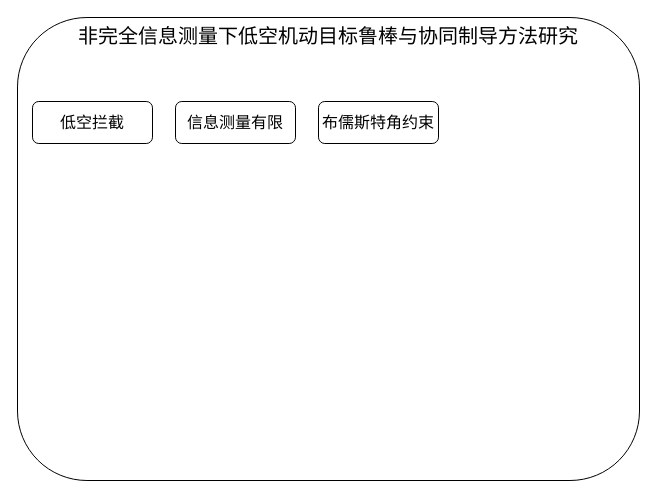
Above: 大论文框架.drawio in master-fency/plot (draw.io), before the change. Source tidied: cells renumbered, new cells numbered last; positions are measured from the earlier drawing's top-left corner, leaving out a move shared by most shapes. Both pictures are drawn from the tidied source at 100%, with x=0, y=0 at pixel (17, 17).
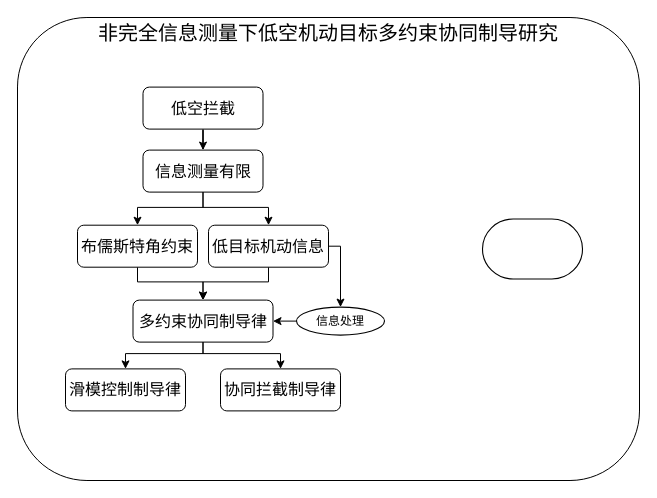
The same diagram, later.

Commit message (it also covers changes not shown here):
更新大论文框架.drawio

What changed in the source:
```diff
@@
-    <mxCell id="2" value="&lt;span style=&quot;font-family: &amp;quot;Times New Roman&amp;quot;; font-size: 20px;&quot;&gt;非完全信息测量下低空机动目标鲁棒与协同制导方法研究&lt;/span&gt;" style="rounded=1;whiteSpace=wrap;html=1;roundedPerimeter=1;verticalAlign=top;" parent="1" vertex="1">
+    <mxCell id="2" value="&lt;span style=&quot;line-height: 150%;&quot;&gt;&lt;font style=&quot;font-size: 20px;&quot; face=&quot;Times New Roman&quot;&gt;非完全信息测量下低空机动目标多约束协同制导研究&lt;/font&gt;&lt;/span&gt;" style="rounded=1;whiteSpace=wrap;html=1;roundedPerimeter=1;verticalAlign=top;" parent="1" vertex="1">
       <mxGeometry width="622" height="463" as="geometry" />
     </mxCell>
+    <mxCell id="6" style="edgeStyle=orthogonalEdgeStyle;rounded=0;jettySize=auto;html=1;exitX=0.5;exitY=1;exitDx=0;exitDy=0;fontFamily=Helvetica;fontSize=12;fontColor=default;" parent="1" edge="1" source="3" target="4">
+      <mxGeometry relative="1" as="geometry" />
+    </mxCell>
     <mxCell id="3" value="&lt;font style=&quot;font-size: 16px;&quot;&gt;低空拦截&lt;/font&gt;" style="rounded=1;whiteSpace=wrap;html=1;roundedPerimeter=1;fontFamily=Times New Roman;" parent="1" vertex="1">
-      <mxGeometry x="15" y="84" width="120" height="42" as="geometry" />
+      <mxGeometry x="125.5" y="69.6" width="120" height="42" as="geometry" />
     </mxCell>
+    <mxCell id="7" style="edgeStyle=orthogonalEdgeStyle;rounded=0;jettySize=auto;html=1;exitX=0.5;exitY=1;exitDx=0;exitDy=0;entryX=0.5;entryY=0;entryDx=0;entryDy=0;fontFamily=Helvetica;fontSize=12;fontColor=default;" parent="1" edge="1" source="4" target="5">
+      <mxGeometry relative="1" as="geometry">
+        <Array as="points">
+          <mxPoint x="185.5" y="189.9" />
+          <mxPoint x="120" y="189.9" />
+        </Array>
+      </mxGeometry>
+    </mxCell>
+    <mxCell id="8" style="edgeStyle=orthogonalEdgeStyle;rounded=0;jettySize=auto;html=1;exitX=0.5;exitY=1;exitDx=0;exitDy=0;entryX=0.5;entryY=0;entryDx=0;entryDy=0;fontFamily=Helvetica;fontSize=12;fontColor=default;" parent="1" edge="1" source="4" target="16">
+      <mxGeometry relative="1" as="geometry">
+        <Array as="points">
+          <mxPoint x="185.5" y="189.9" />
+          <mxPoint x="251" y="189.9" />
+        </Array>
+      </mxGeometry>
+    </mxCell>
     <mxCell id="4" value="&lt;font style=&quot;font-size: 16px;&quot;&gt;信息测量有限&lt;/font&gt;" style="rounded=1;whiteSpace=wrap;html=1;roundedPerimeter=1;fontFamily=Times New Roman;" parent="1" vertex="1">
-      <mxGeometry x="158" y="84" width="120" height="42" as="geometry" />
+      <mxGeometry x="125.5" y="132.6" width="120" height="42" as="geometry" />
     </mxCell>
+    <mxCell id="9" style="edgeStyle=orthogonalEdgeStyle;rounded=0;jettySize=auto;html=1;exitX=0.5;exitY=1;exitDx=0;exitDy=0;entryX=0.5;entryY=0;entryDx=0;entryDy=0;fontFamily=Helvetica;fontSize=12;fontColor=default;" parent="1" edge="1" source="5" target="12">
+      <mxGeometry relative="1" as="geometry">
+        <Array as="points">
+          <mxPoint x="120" y="264.4" />
+          <mxPoint x="185.5" y="264.4" />
+        </Array>
+      </mxGeometry>
+    </mxCell>
     <mxCell id="5" value="&lt;div&gt;&lt;font style=&quot;font-size: 16px;&quot;&gt;布儒斯特角约束&lt;/font&gt;&lt;/div&gt;" style="rounded=1;whiteSpace=wrap;html=1;roundedPerimeter=1;fontFamily=Times New Roman;" parent="1" vertex="1">
-      <mxGeometry x="301" y="84" width="120" height="42" as="geometry" />
+      <mxGeometry x="60" y="207.7" width="120" height="42" as="geometry" />
     </mxCell>
+    <mxCell id="10" style="edgeStyle=orthogonalEdgeStyle;rounded=0;jettySize=auto;html=1;exitX=0.5;exitY=1;exitDx=0;exitDy=0;entryX=0.5;entryY=0;entryDx=0;entryDy=0;fontFamily=Helvetica;fontSize=12;fontColor=default;" parent="1" edge="1" source="12" target="13">
+      <mxGeometry relative="1" as="geometry">
+        <Array as="points">
+          <mxPoint x="185.5" y="336.1" />
+          <mxPoint x="108" y="336.1" />
+        </Array>
+      </mxGeometry>
+    </mxCell>
+    <mxCell id="11" style="edgeStyle=orthogonalEdgeStyle;rounded=0;jettySize=auto;html=1;exitX=0.5;exitY=1;exitDx=0;exitDy=0;entryX=0.5;entryY=0;entryDx=0;entryDy=0;fontFamily=Helvetica;fontSize=12;fontColor=default;" parent="1" edge="1" source="12" target="14">
+      <mxGeometry relative="1" as="geometry">
+        <Array as="points">
+          <mxPoint x="185.5" y="336.1" />
+          <mxPoint x="263" y="336.1" />
+        </Array>
+      </mxGeometry>
+    </mxCell>
+    <mxCell id="12" value="&lt;div&gt;&lt;font style=&quot;font-size: 16px;&quot;&gt;多约束协同制导律&lt;/font&gt;&lt;/div&gt;" style="rounded=1;whiteSpace=wrap;html=1;roundedPerimeter=1;fontFamily=Times New Roman;" parent="1" vertex="1">
+      <mxGeometry x="115.5" y="282.6" width="140" height="42" as="geometry" />
+    </mxCell>
+    <mxCell id="13" value="&lt;font style=&quot;font-size: 16px;&quot;&gt;滑模控制制导律&lt;/font&gt;" style="rounded=1;whiteSpace=wrap;html=1;roundedPerimeter=1;fontFamily=Times New Roman;" parent="1" vertex="1">
+      <mxGeometry x="48" y="351.4" width="120" height="42" as="geometry" />
+    </mxCell>
+    <mxCell id="14" value="&lt;span style=&quot;font-size: 16px;&quot;&gt;协同拦截制导律&lt;/span&gt;" style="rounded=1;whiteSpace=wrap;html=1;roundedPerimeter=1;fontFamily=Times New Roman;" parent="1" vertex="1">
+      <mxGeometry x="203" y="351.4" width="120" height="42" as="geometry" />
+    </mxCell>
+    <mxCell id="15" style="edgeStyle=orthogonalEdgeStyle;rounded=0;jettySize=auto;html=1;exitX=0.5;exitY=1;exitDx=0;exitDy=0;entryX=0.5;entryY=0;entryDx=0;entryDy=0;fontFamily=Helvetica;fontSize=12;fontColor=default;" parent="1" edge="1" source="16" target="12">
+      <mxGeometry relative="1" as="geometry">
+        <Array as="points">
+          <mxPoint x="251" y="264.4" />
+          <mxPoint x="185.5" y="264.4" />
+        </Array>
+      </mxGeometry>
+    </mxCell>
+    <mxCell id="16" value="&lt;span style=&quot;font-size: 16px;&quot;&gt;低目标机动信息&lt;/span&gt;" style="rounded=1;whiteSpace=wrap;html=1;roundedPerimeter=1;fontFamily=Times New Roman;" parent="1" vertex="1">
+      <mxGeometry x="191" y="207.7" width="120" height="42" as="geometry" />
+    </mxCell>
+    <mxCell id="17" style="strokeWidth=1.10236;html=1;shape=mxgraph.flowchart.terminator;whiteSpace=wrap;" parent="1" vertex="1">
+      <mxGeometry x="465" y="201.5" width="100" height="60" as="geometry" />
+    </mxCell>
+    <mxCell id="18" style="edgeStyle=orthogonalEdgeStyle;rounded=0;jettySize=auto;html=1;exitX=0;exitY=0.5;exitDx=0;exitDy=0;exitPerimeter=0;entryX=1;entryY=0.5;entryDx=0;entryDy=0;fontFamily=Helvetica;fontSize=12;fontColor=default;" parent="1" edge="1" source="19" target="12">
+      <mxGeometry relative="1" as="geometry" />
+    </mxCell>
+    <mxCell id="19" value="信息处理" style="strokeWidth=1.10236;html=1;shape=mxgraph.flowchart.start_1;whiteSpace=wrap;" parent="1" vertex="1">
+      <mxGeometry x="279" y="289.6" width="88" height="28" as="geometry" />
+    </mxCell>
+    <mxCell id="20" style="edgeStyle=orthogonalEdgeStyle;rounded=0;jettySize=auto;html=1;exitX=1;exitY=0.5;exitDx=0;exitDy=0;entryX=0.5;entryY=0;entryDx=0;entryDy=0;entryPerimeter=0;fontFamily=Helvetica;fontSize=12;fontColor=default;" parent="1" edge="1" source="16" target="19">
+      <mxGeometry relative="1" as="geometry">
+        <Array as="points">
+          <mxPoint x="323" y="228.7" />
+        </Array>
+      </mxGeometry>
+    </mxCell>
```
